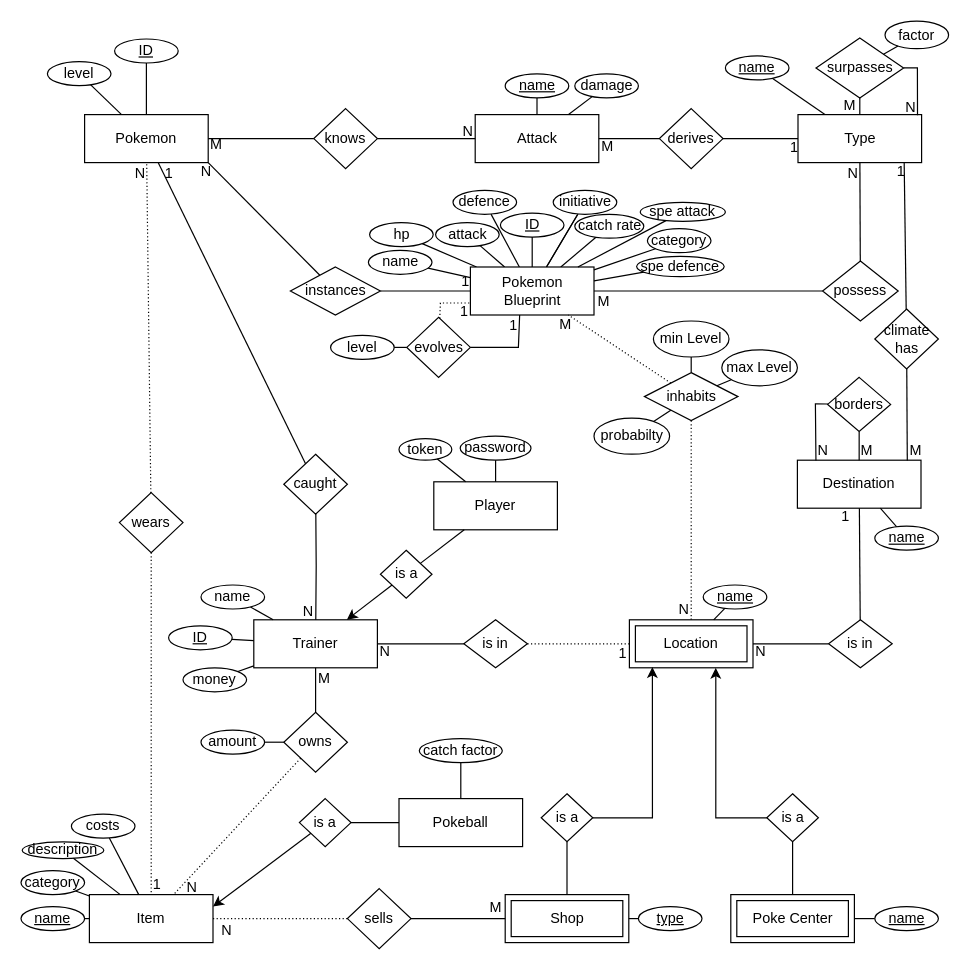
The draw.io diagram Projekt/Pokemon Scuffed Grey.drawio in mypictur3esforu/Pokemon-Scuffed-Grey, before the edit. Source tidied: cells renumbered, new cells numbered last; positions are measured from the earlier drawing's top-left corner, leaving out a move shared by most shapes. Both pictures are drawn from the tidied source at 120%, with x=0, y=0 at pixel (20, 20).
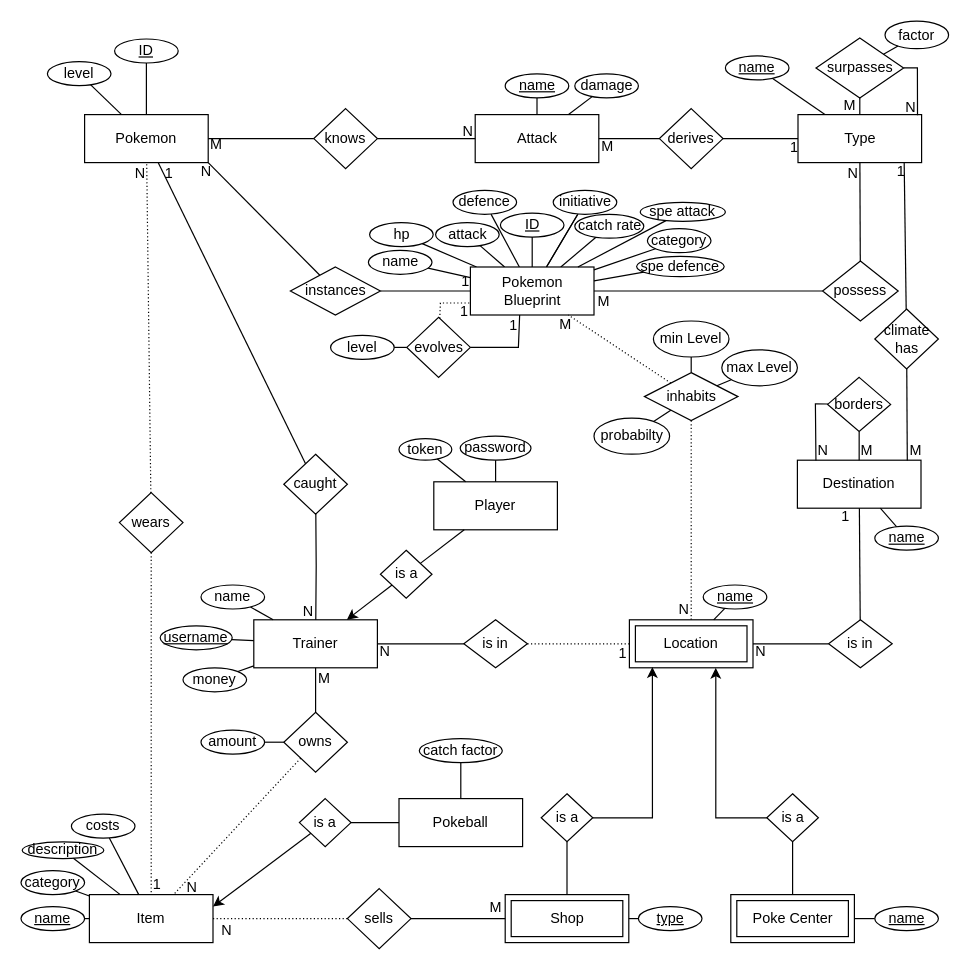
After the change.

Commit message (it also covers changes not shown here):
Player/Trainer ID to username

Diff of the diagram source:
```diff
@@
-    <mxCell id="74" value="ID" style="ellipse;whiteSpace=wrap;html=1;align=center;fontStyle=4;" parent="1" vertex="1">
-      <mxGeometry x="123" y="504" width="53" height="20" as="geometry" />
+    <mxCell id="74" value="username" style="ellipse;whiteSpace=wrap;html=1;align=center;fontStyle=4;" parent="1" vertex="1">
+      <mxGeometry x="116" y="504" width="60" height="20" as="geometry" />
     </mxCell>
```
